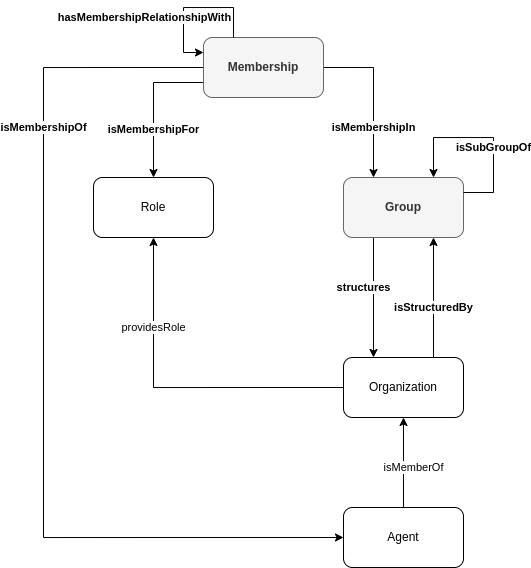
Before: domains/logistics/structure-organization/structure-organization.png, a diagram exported from draw.io (HyperAgents/hmas). Source tidied: cells renumbered, new cells last; positions are measured from the earlier drawing's top-left corner, leaving out a move shared by most shapes.
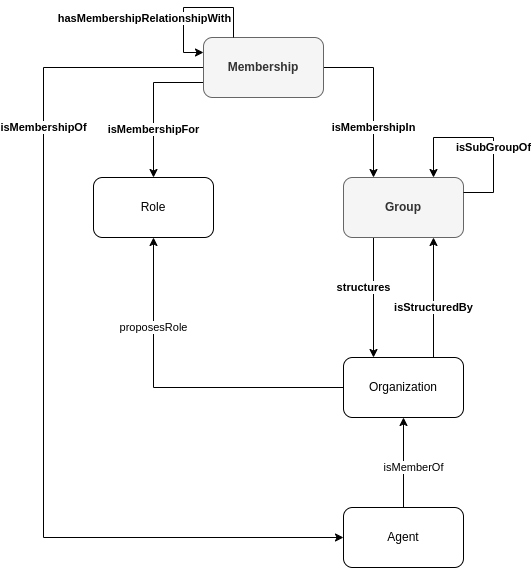
The same file after the commit.

Commit message:
Updated `Structure an Organization` scenario (#223)

Diff of the diagram source:
```diff
@@ -2,7 +2,7 @@
   <root>
     <mxCell id="0" />
     <mxCell id="1" parent="0" />
-    <mxCell id="2" value="providesRole" style="rounded=0;jettySize=auto;html=1;exitX=0;exitY=0.5;exitDx=0;exitDy=0;entryX=0.5;entryY=1;entryDx=0;entryDy=0;edgeStyle=orthogonalEdgeStyle;" parent="1" edge="1" source="5" target="6">
+    <mxCell id="2" value="proposesRole" style="rounded=0;jettySize=auto;html=1;exitX=0;exitY=0.5;exitDx=0;exitDy=0;entryX=0.5;entryY=1;entryDx=0;entryDy=0;edgeStyle=orthogonalEdgeStyle;" parent="1" edge="1" source="5" target="6">
       <mxGeometry x="0.47" relative="1" as="geometry" />
     </mxCell>
     <mxCell id="3" value="isMemberOf" style="rounded=0;jettySize=auto;html=1;exitX=0.5;exitY=1;exitDx=0;exitDy=0;entryX=0.5;entryY=0;entryDx=0;entryDy=0;startArrow=classic;startFill=1;endArrow=none;endFill=0;" parent="1" edge="1" source="5" target="8">
```
